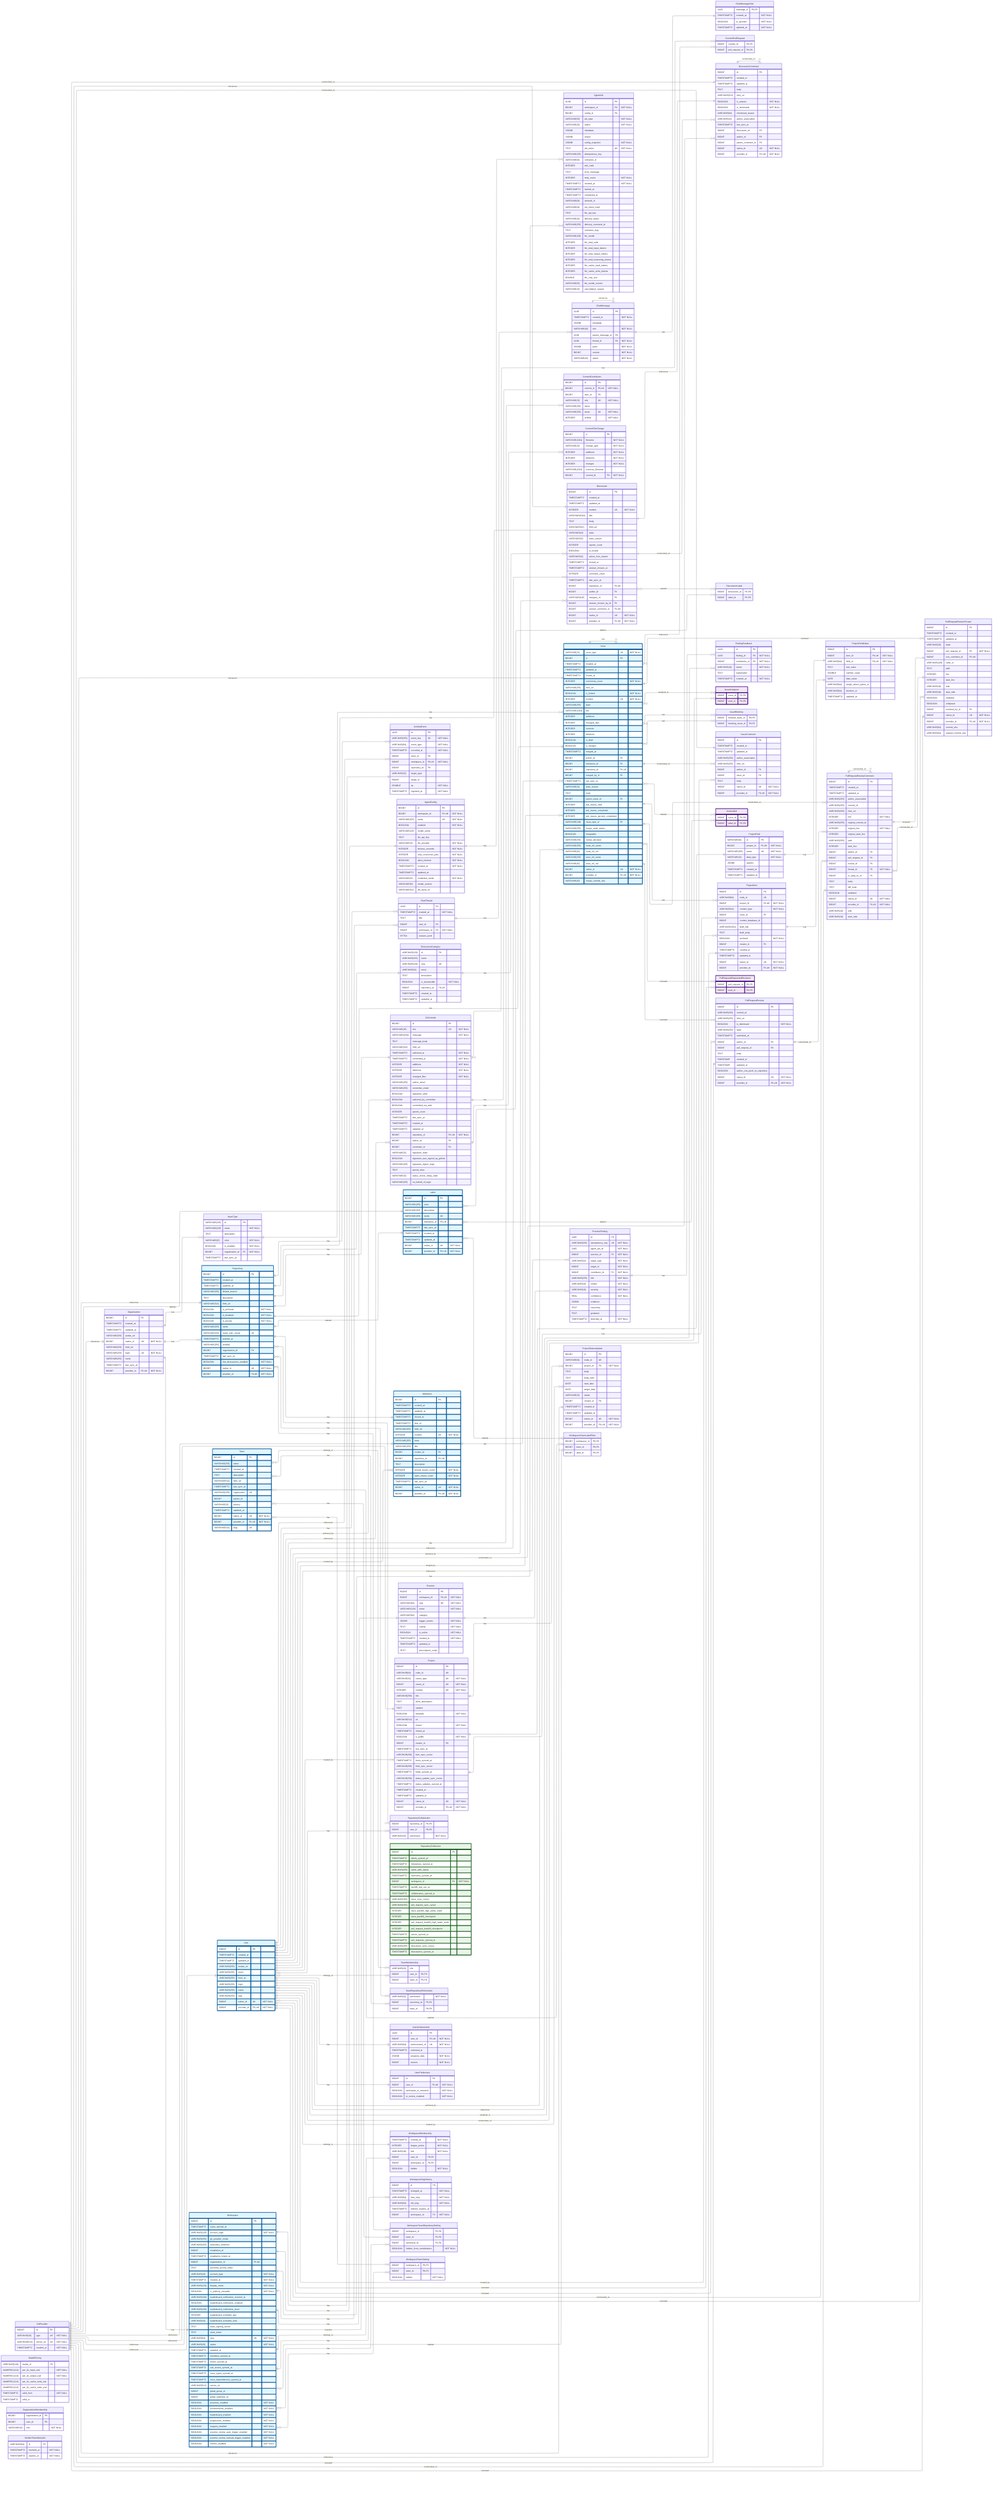
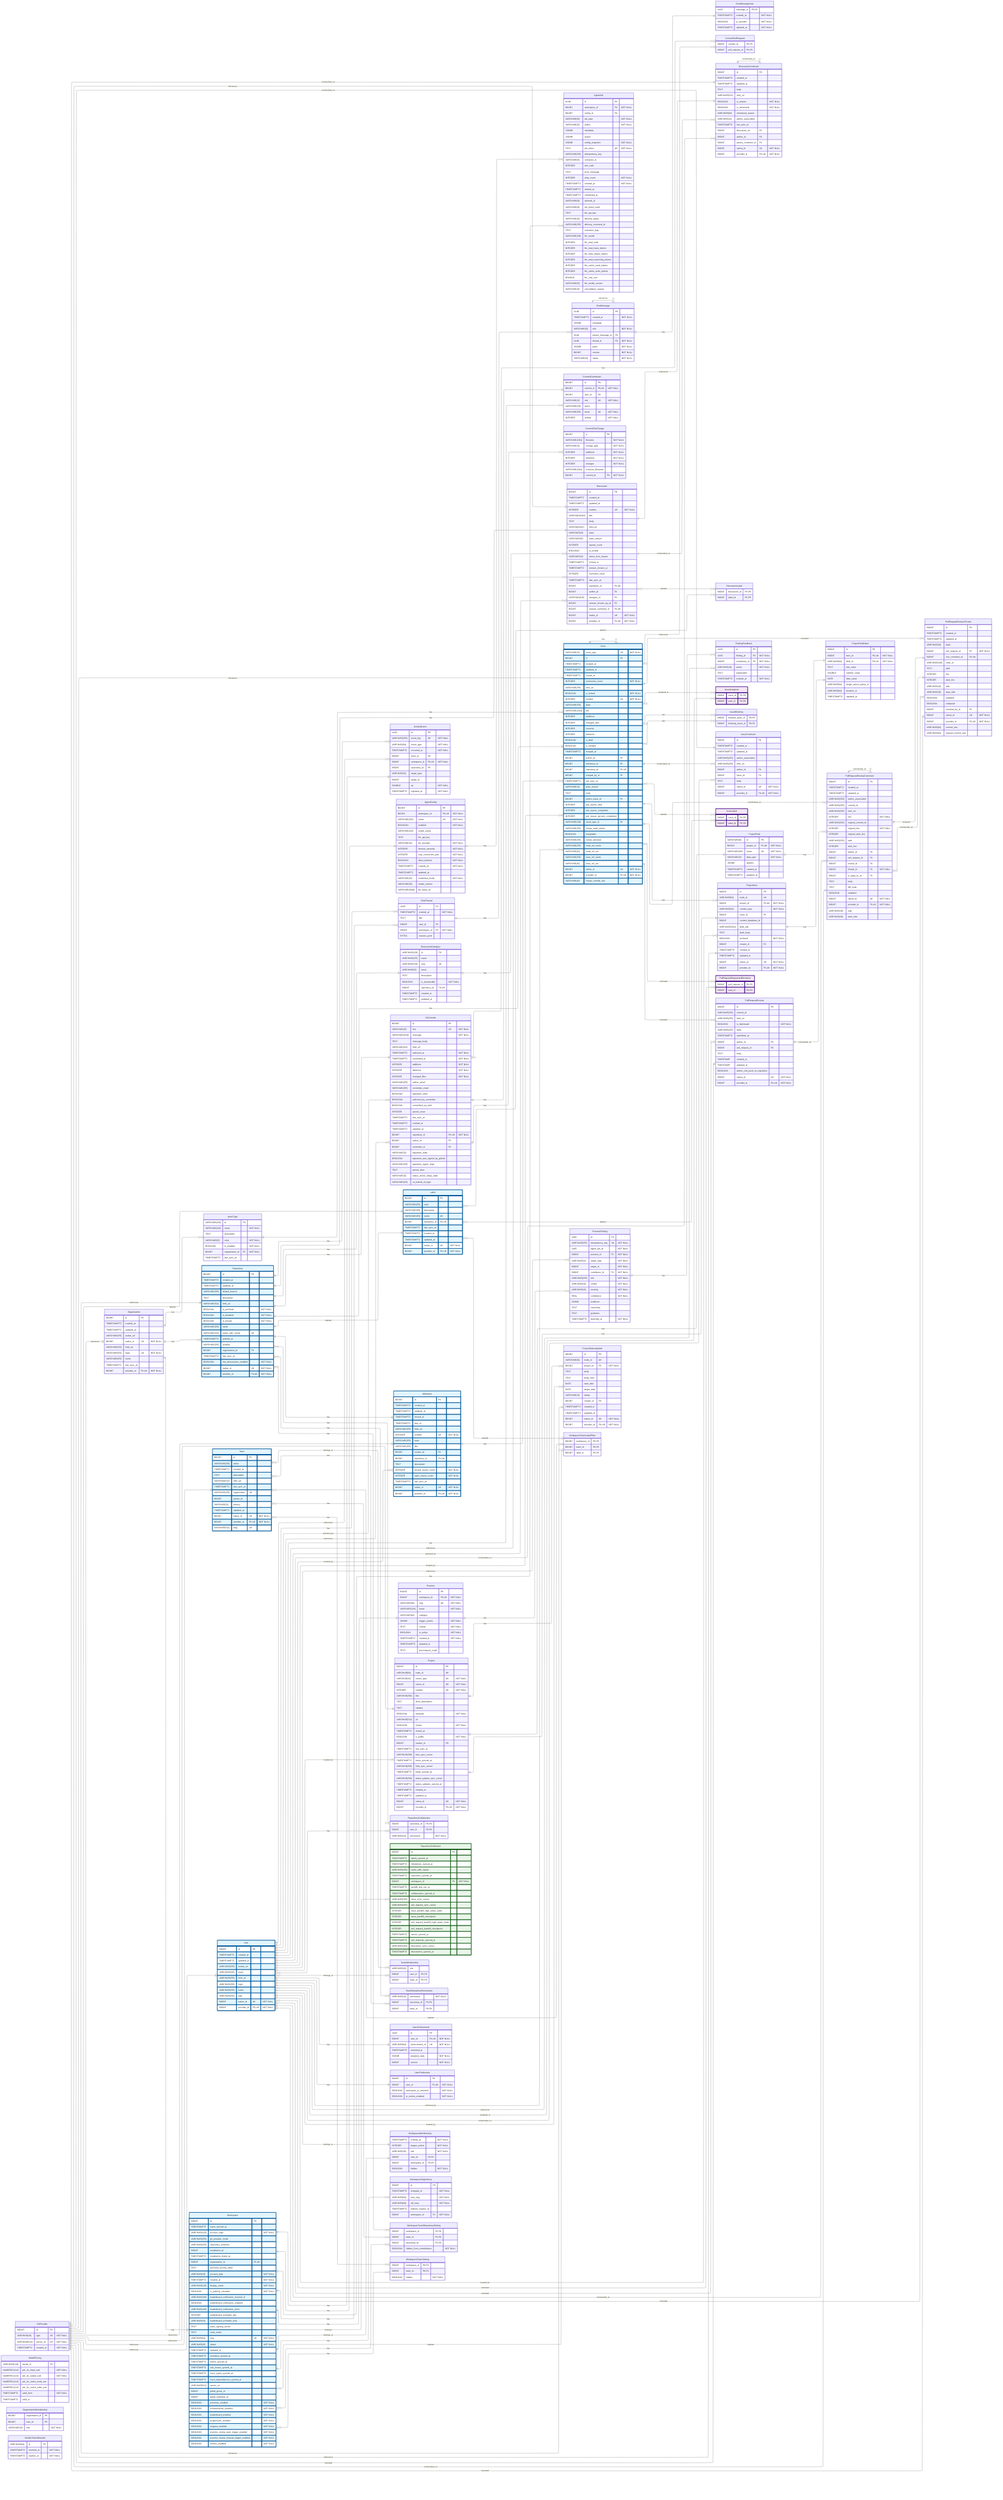
---
config:
    layout: elk
---
erDiagram
    %% Generated automatically from PostgreSQL database schema
    %% using scripts/generate-mermaid-erd.ts
    %% To regenerate: pnpm run db:generate-erd-docs

    direction LR

    ActivityEvent {
        UUID id PK
        VARCHAR(255) event_key UK "NOT NULL"
        VARCHAR(64) event_type "NOT NULL"
        TIMESTAMPTZ occurred_at "NOT NULL"
        BIGINT actor_id FK
        BIGINT workspace_id FK,UK "NOT NULL"
        BIGINT repository_id FK
        VARCHAR(32) target_type
        BIGINT target_id
        DOUBLE xp "NOT NULL"
        TIMESTAMPTZ ingested_at "NOT NULL"
    }

    AgentConfig {
        BIGINT id PK
        BIGINT workspace_id FK,UK "NOT NULL"
        VARCHAR(100) name UK "NOT NULL"
        BOOLEAN enabled "NOT NULL"
        VARCHAR(128) model_name
        TEXT llm_api_key
        VARCHAR(32) llm_provider "NOT NULL"
        INTEGER timeout_seconds "NOT NULL"
        INTEGER max_concurrent_jobs "NOT NULL"
        BOOLEAN allow_internet "NOT NULL"
        TIMESTAMPTZ created_at "NOT NULL"
        TIMESTAMPTZ updated_at
        VARCHAR(16) credential_mode "NOT NULL"
        VARCHAR(50) model_version
-         VARCHAR(512) llm_base_url
+         VARCHAR(2048) llm_base_url
    }

    AgentJob {
        UUID id PK
        BIGINT workspace_id FK "NOT NULL"
        BIGINT config_id FK
        VARCHAR(50) job_type "NOT NULL"
        VARCHAR(20) status "NOT NULL"
        JSONB metadata
        JSONB output
        JSONB config_snapshot "NOT NULL"
        TEXT job_token UK "NOT NULL"
        VARCHAR(255) idempotency_key
        VARCHAR(64) container_id
        INTEGER exit_code
        TEXT error_message
        INTEGER retry_count "NOT NULL"
        TIMESTAMPTZ created_at "NOT NULL"
        TIMESTAMPTZ started_at
        TIMESTAMPTZ completed_at
        VARCHAR(64) network_id
        VARCHAR(64) job_token_hash
        TEXT llm_api_key
        VARCHAR(20) delivery_status
        VARCHAR(255) delivery_comment_id
        TEXT container_logs
        VARCHAR(100) llm_model
        INTEGER llm_total_calls
        INTEGER llm_total_input_tokens
        INTEGER llm_total_output_tokens
        INTEGER llm_total_reasoning_tokens
        INTEGER llm_cache_read_tokens
        INTEGER llm_cache_write_tokens
        DOUBLE llm_cost_usd
        VARCHAR(50) llm_model_version
        VARCHAR(32) cancellation_reason
    }

    ChatMessage {
        UUID id PK
        TIMESTAMPTZ created_at "NOT NULL"
        JSONB metadata
        VARCHAR(16) role "NOT NULL"
        UUID parent_message_id FK
        UUID thread_id FK "NOT NULL"
        JSONB parts "NOT NULL"
        BIGINT version "NOT NULL"
        VARCHAR(16) status "NOT NULL"
    }

    ChatMessageVote {
        UUID message_id PK,FK
        TIMESTAMPTZ created_at "NOT NULL"
        BOOLEAN is_upvoted "NOT NULL"
        TIMESTAMPTZ updated_at "NOT NULL"
    }

    ChatThread {
        UUID id PK
        TIMESTAMPTZ created_at "NOT NULL"
        TEXT title
        BIGINT user_id FK
        BIGINT workspace_id FK "NOT NULL"
        BYTEA session_jsonl
    }

    CommitContributor {
        BIGINT id PK
        BIGINT commit_id FK,UK "NOT NULL"
        BIGINT user_id FK
        VARCHAR(32) role UK "NOT NULL"
        VARCHAR(255) name
        VARCHAR(255) email UK "NOT NULL"
        INTEGER ordinal "NOT NULL"
    }

    CommitFileChange {
        BIGINT id PK
        VARCHAR(1024) filename "NOT NULL"
        VARCHAR(32) change_type "NOT NULL"
        INTEGER additions "NOT NULL"
        INTEGER deletions "NOT NULL"
        INTEGER changes "NOT NULL"
        VARCHAR(1024) previous_filename
        BIGINT commit_id FK "NOT NULL"
    }

    CommitPullRequest {
        BIGINT commit_id PK,FK
        BIGINT pull_request_id PK,FK
    }

    Discussion {
        BIGINT id PK
        TIMESTAMPTZ created_at
        TIMESTAMPTZ updated_at
        INTEGER number UK "NOT NULL"
        VARCHAR(1024) title
        TEXT body
        VARCHAR(512) html_url
        VARCHAR(16) state
        VARCHAR(32) state_reason
        INTEGER upvote_count
        BOOLEAN is_locked
        VARCHAR(32) active_lock_reason
        TIMESTAMPTZ closed_at
        TIMESTAMPTZ answer_chosen_at
        INTEGER comment_count
        TIMESTAMPTZ last_sync_at
        BIGINT repository_id FK,UK
        BIGINT author_id FK
        VARCHAR(128) category_id FK
        BIGINT answer_chosen_by_id FK
        BIGINT answer_comment_id FK,UK
        BIGINT native_id UK "NOT NULL"
        BIGINT provider_id FK,UK "NOT NULL"
    }

    DiscussionCategory {
        VARCHAR(128) id PK
        VARCHAR(255) name
        VARCHAR(128) slug UK
        VARCHAR(32) emoji
        TEXT description
        BOOLEAN is_answerable "NOT NULL"
        BIGINT repository_id FK,UK
        TIMESTAMPTZ created_at
        TIMESTAMPTZ updated_at
    }

    DiscussionComment {
        BIGINT id PK
        TIMESTAMPTZ created_at
        TIMESTAMPTZ updated_at
        TEXT body
        VARCHAR(512) html_url
        BOOLEAN is_answer "NOT NULL"
        BOOLEAN is_minimized "NOT NULL"
        VARCHAR(64) minimized_reason
        VARCHAR(32) author_association
        TIMESTAMPTZ last_sync_at
        BIGINT discussion_id FK
        BIGINT author_id FK
        BIGINT parent_comment_id FK
        BIGINT native_id UK "NOT NULL"
        BIGINT provider_id FK,UK "NOT NULL"
    }

    DiscussionLabel {
        BIGINT discussion_id PK,FK
        BIGINT label_id PK,FK
    }

    FindingFeedback {
        UUID id PK
        UUID finding_id FK "NOT NULL"
        BIGINT contributor_id FK "NOT NULL"
        VARCHAR(16) action "NOT NULL"
        TEXT explanation
        TIMESTAMPTZ created_at "NOT NULL"
    }

    GitCommit {
        BIGINT id PK
        VARCHAR(40) sha UK "NOT NULL"
        VARCHAR(1024) message "NOT NULL"
        TEXT message_body
        VARCHAR(512) html_url
        TIMESTAMPTZ authored_at "NOT NULL"
        TIMESTAMPTZ committed_at "NOT NULL"
        INTEGER additions "NOT NULL"
        INTEGER deletions "NOT NULL"
        INTEGER changed_files "NOT NULL"
        VARCHAR(255) author_email
        VARCHAR(255) committer_email
        BOOLEAN signature_valid
        BOOLEAN authored_by_committer
        BOOLEAN committed_via_web
        INTEGER parent_count
        TIMESTAMPTZ last_sync_at
        TIMESTAMPTZ created_at
        TIMESTAMPTZ updated_at
        BIGINT repository_id FK,UK "NOT NULL"
        BIGINT author_id FK
        BIGINT committer_id FK
        VARCHAR(32) signature_state
        BOOLEAN signature_was_signed_by_github
        VARCHAR(255) signature_signer_login
        TEXT parent_shas
        VARCHAR(32) status_check_rollup_state
        VARCHAR(255) on_behalf_of_login
    }

    GitProvider {
        BIGINT id PK
        VARCHAR(10) type UK "NOT NULL"
        VARCHAR(512) server_url UK "NOT NULL"
        TIMESTAMPTZ created_at "NOT NULL"
    }

    Issue {
        VARCHAR(31) issue_type UK "NOT NULL"
        BIGINT id PK
        TIMESTAMPTZ created_at
        TIMESTAMPTZ updated_at
        TIMESTAMPTZ closed_at
        INTEGER comments_count "NOT NULL"
        VARCHAR(255) html_url
        BOOLEAN is_locked "NOT NULL"
        INTEGER number UK "NOT NULL"
        VARCHAR(255) state
        VARCHAR(1024) title
        INTEGER additions
        INTEGER changed_files
        INTEGER commits
        INTEGER deletions
        BOOLEAN is_draft
        BOOLEAN is_merged
        TIMESTAMPTZ merged_at
        BIGINT author_id FK
        BIGINT milestone_id FK
        BIGINT repository_id FK,UK
        BIGINT merged_by_id FK
        TIMESTAMPTZ last_sync_at
        VARCHAR(32) state_reason
        TEXT body
        BIGINT parent_issue_id FK
        INTEGER sub_issues_total
        INTEGER sub_issues_completed
        INTEGER sub_issues_percent_completed
        VARCHAR(128) issue_type_id FK
        VARCHAR(255) merge_state_status
        BOOLEAN mergeable
        VARCHAR(255) review_decision
        VARCHAR(255) head_ref_name
        VARCHAR(40) head_ref_oid
        VARCHAR(255) base_ref_name
        VARCHAR(40) base_ref_oid
        BIGINT native_id UK "NOT NULL"
        BIGINT provider_id FK,UK "NOT NULL"
        VARCHAR(40) merge_commit_sha
    }

    IssueAssignee {
        BIGINT issue_id PK,FK
        BIGINT user_id PK,FK
    }

    IssueBlocking {
        BIGINT blocked_issue_id PK,FK
        BIGINT blocking_issue_id PK,FK
    }

    IssueComment {
        BIGINT id PK
        TIMESTAMPTZ created_at
        TIMESTAMPTZ updated_at
        VARCHAR(255) author_association
        VARCHAR(255) html_url
        BIGINT author_id FK
        BIGINT issue_id FK
        TEXT body
        BIGINT native_id UK "NOT NULL"
        BIGINT provider_id FK,UK "NOT NULL"
    }

    IssueLabel {
        BIGINT issue_id PK,FK
        BIGINT label_id PK,FK
    }

    IssueType {
        VARCHAR(128) id PK
        VARCHAR(128) name "NOT NULL"
        TEXT description
        VARCHAR(20) color "NOT NULL"
        BOOLEAN is_enabled "NOT NULL"
        BIGINT organization_id FK "NOT NULL"
        TIMESTAMPTZ last_sync_at
    }

    Label {
        BIGINT id PK
        VARCHAR(255) color
        VARCHAR(255) description
        VARCHAR(255) name UK
        BIGINT repository_id FK,UK
        TIMESTAMPTZ last_sync_at
        TIMESTAMPTZ created_at
        TIMESTAMPTZ updated_at
        BIGINT native_id UK "NOT NULL"
        BIGINT provider_id FK,UK "NOT NULL"
    }

    Milestone {
        BIGINT id PK
        TIMESTAMPTZ created_at
        TIMESTAMPTZ updated_at
        TIMESTAMPTZ closed_at
        TIMESTAMPTZ due_on
        VARCHAR(255) html_url
        INTEGER number UK "NOT NULL"
        VARCHAR(255) state
        VARCHAR(255) title
        BIGINT creator_id FK
        BIGINT repository_id FK,UK
        TEXT description
        INTEGER closed_issues_count "NOT NULL"
        INTEGER open_issues_count "NOT NULL"
        TIMESTAMPTZ last_sync_at
        BIGINT native_id UK "NOT NULL"
        BIGINT provider_id FK,UK "NOT NULL"
    }

    ModelPricing {
        VARCHAR(128) model_id PK
        NUMERIC(12,6) per_1k_input_usd "NOT NULL"
        NUMERIC(12,6) per_1k_output_usd "NOT NULL"
        NUMERIC(12,6) per_1k_cache_read_usd
        NUMERIC(12,6) per_1k_cache_write_usd
        TIMESTAMPTZ valid_from "NOT NULL"
        TIMESTAMPTZ valid_to
    }

    Organization {
        BIGINT id PK
        TIMESTAMPTZ created_at
        TIMESTAMPTZ updated_at
        VARCHAR(255) avatar_url
        BIGINT native_id UK "NOT NULL"
        VARCHAR(255) html_url
        VARCHAR(255) login UK "NOT NULL"
        VARCHAR(255) name
        TIMESTAMPTZ last_sync_at
        BIGINT provider_id FK,UK "NOT NULL"
    }

    OrganizationMembership {
        BIGINT organization_id PK
        BIGINT user_id PK
        VARCHAR(32) role "NOT NULL"
    }

    Practice {
        BIGINT id PK
        BIGINT workspace_id FK,UK "NOT NULL"
        VARCHAR(64) slug UK "NOT NULL"
        VARCHAR(128) name "NOT NULL"
        VARCHAR(64) category
        JSONB trigger_events "NOT NULL"
        TEXT criteria "NOT NULL"
        BOOLEAN is_active "NOT NULL"
        TIMESTAMPTZ created_at "NOT NULL"
        TIMESTAMPTZ updated_at
        TEXT precompute_script
    }

    PracticeFinding {
        UUID id PK
        VARCHAR(255) idempotency_key UK "NOT NULL"
        UUID agent_job_id "NOT NULL"
        BIGINT practice_id FK "NOT NULL"
        VARCHAR(32) target_type "NOT NULL"
        BIGINT target_id "NOT NULL"
        BIGINT contributor_id FK "NOT NULL"
        VARCHAR(255) title "NOT NULL"
        VARCHAR(16) verdict "NOT NULL"
        VARCHAR(16) severity "NOT NULL"
        REAL confidence "NOT NULL"
        JSONB evidence
        TEXT reasoning
        TEXT guidance
        TIMESTAMPTZ detected_at "NOT NULL"
    }

    Project {
        BIGINT id PK
        VARCHAR(64) node_id UK
        VARCHAR(32) owner_type UK "NOT NULL"
        BIGINT owner_id UK "NOT NULL"
        INTEGER number UK "NOT NULL"
        VARCHAR(256) title
        TEXT short_description
        TEXT readme
        BOOLEAN template "NOT NULL"
        VARCHAR(512) url
        BOOLEAN closed "NOT NULL"
        TIMESTAMPTZ closed_at
        BOOLEAN is_public "NOT NULL"
        BIGINT creator_id FK
        TIMESTAMPTZ last_sync_at
        VARCHAR(256) item_sync_cursor
        TIMESTAMPTZ items_synced_at
        VARCHAR(256) field_sync_cursor
        TIMESTAMPTZ fields_synced_at
        VARCHAR(256) status_update_sync_cursor
        TIMESTAMPTZ status_updates_synced_at
        TIMESTAMPTZ created_at
        TIMESTAMPTZ updated_at
        BIGINT native_id UK "NOT NULL"
        BIGINT provider_id FK,UK "NOT NULL"
    }

    ProjectField {
        VARCHAR(64) id PK
        BIGINT project_id FK,UK "NOT NULL"
        VARCHAR(256) name UK "NOT NULL"
        VARCHAR(32) data_type "NOT NULL"
        JSONB options
        TIMESTAMPTZ created_at
        TIMESTAMPTZ updated_at
    }

    ProjectFieldValue {
        BIGINT id PK
        BIGINT item_id FK,UK "NOT NULL"
        VARCHAR(64) field_id FK,UK "NOT NULL"
        TEXT text_value
        DOUBLE number_value
        DATE date_value
        VARCHAR(64) single_select_option_id
        VARCHAR(64) iteration_id
        TIMESTAMPTZ updated_at
    }

    ProjectItem {
        BIGINT id PK
        VARCHAR(64) node_id UK
        BIGINT project_id FK,UK "NOT NULL"
        VARCHAR(32) content_type "NOT NULL"
        BIGINT issue_id FK
        BIGINT content_database_id
        VARCHAR(1024) draft_title
        TEXT draft_body
        BOOLEAN archived "NOT NULL"
        BIGINT creator_id FK
        TIMESTAMPTZ created_at
        TIMESTAMPTZ updated_at
        BIGINT native_id UK "NOT NULL"
        BIGINT provider_id FK,UK "NOT NULL"
    }

    ProjectStatusUpdate {
        BIGINT id PK
        VARCHAR(64) node_id UK
        BIGINT project_id FK "NOT NULL"
        TEXT body
        TEXT body_html
        DATE start_date
        DATE target_date
        VARCHAR(32) status
        BIGINT creator_id FK
        TIMESTAMPTZ created_at
        TIMESTAMPTZ updated_at
        BIGINT native_id UK "NOT NULL"
        BIGINT provider_id FK,UK "NOT NULL"
    }

    PullRequestRequestedReviewer {
        BIGINT pull_request_id PK,FK
        BIGINT user_id PK,FK
    }

    PullRequestReview {
        BIGINT id PK
        VARCHAR(255) commit_id
        VARCHAR(255) html_url
        BOOLEAN is_dismissed "NOT NULL"
        VARCHAR(255) state
        TIMESTAMPTZ submitted_at
        BIGINT author_id FK
        BIGINT pull_request_id FK
        TEXT body
        TIMESTAMP created_at
        TIMESTAMP updated_at
        BOOLEAN author_can_push_to_repository
        BIGINT native_id UK "NOT NULL"
        BIGINT provider_id FK,UK "NOT NULL"
    }

    PullRequestReviewComment {
        BIGINT id PK
        TIMESTAMPTZ created_at
        TIMESTAMPTZ updated_at
        VARCHAR(255) author_association
        VARCHAR(255) commit_id
        VARCHAR(255) html_url
        INTEGER line "NOT NULL"
        VARCHAR(255) original_commit_id
        INTEGER original_line "NOT NULL"
        INTEGER original_start_line
        VARCHAR(255) path
        INTEGER start_line
        BIGINT author_id FK
        BIGINT pull_request_id FK
        BIGINT review_id FK
        BIGINT thread_id FK "NOT NULL"
        BIGINT in_reply_to_id FK
        TEXT body
        TEXT diff_hunk
        BOOLEAN outdated
        BIGINT native_id UK "NOT NULL"
        BIGINT provider_id FK,UK "NOT NULL"
        VARCHAR(16) side
        VARCHAR(16) start_side
    }

    PullRequestReviewThread {
        BIGINT id PK
        TIMESTAMPTZ created_at
        TIMESTAMPTZ updated_at
        VARCHAR(20) state
        BIGINT pull_request_id FK "NOT NULL"
        BIGINT root_comment_id FK,UK
        VARCHAR(128) node_id
        TEXT path
        INTEGER line
        INTEGER start_line
        VARCHAR(16) side
        VARCHAR(16) start_side
        BOOLEAN outdated
        BOOLEAN collapsed
        BIGINT resolved_by_id FK
        BIGINT native_id UK "NOT NULL"
        BIGINT provider_id FK,UK "NOT NULL"
        VARCHAR(64) commit_sha
        VARCHAR(64) original_commit_sha
    }

    Repository {
        BIGINT id PK
        TIMESTAMPTZ created_at
        TIMESTAMPTZ updated_at
        VARCHAR(255) default_branch
        TEXT description
        VARCHAR(512) html_url
        BOOLEAN is_archived "NOT NULL"
        BOOLEAN is_disabled "NOT NULL"
        BOOLEAN is_private "NOT NULL"
        VARCHAR(255) name
        VARCHAR(150) name_with_owner UK
        TIMESTAMPTZ pushed_at
        VARCHAR(255) visibility
        BIGINT organization_id FK
        TIMESTAMPTZ last_sync_at
        BOOLEAN has_discussions_enabled "NOT NULL"
        BIGINT native_id UK "NOT NULL"
        BIGINT provider_id FK,UK "NOT NULL"
    }

    RepositoryCollaborator {
        BIGINT repository_id PK,FK
        BIGINT user_id PK,FK
        VARCHAR(32) permission "NOT NULL"
    }

    RepositoryToMonitor {
        BIGINT id PK
        TIMESTAMPTZ labels_synced_at
        TIMESTAMPTZ milestones_synced_at
        VARCHAR(255) name_with_owner
        TIMESTAMPTZ repository_synced_at
        BIGINT workspace_id FK "NOT NULL"
        TIMESTAMPTZ backfill_last_run_at
        TIMESTAMPTZ collaborators_synced_at
        VARCHAR(255) issue_sync_cursor
        VARCHAR(255) pull_request_sync_cursor
        INTEGER issue_backfill_high_water_mark
        INTEGER issue_backfill_checkpoint
        INTEGER pull_request_backfill_high_water_mark
        INTEGER pull_request_backfill_checkpoint
        TIMESTAMPTZ issues_synced_at
        TIMESTAMPTZ pull_requests_synced_at
        VARCHAR(255) discussion_sync_cursor
        TIMESTAMPTZ discussions_synced_at
    }

    Team {
        BIGINT id PK
        VARCHAR(255) name
        TIMESTAMPTZ created_at
        TEXT description
        VARCHAR(512) html_url
        TIMESTAMPTZ last_sync_at
        VARCHAR(255) organization UK
        BIGINT parent_id
        VARCHAR(32) privacy
        TIMESTAMPTZ updated_at
        BIGINT native_id UK "NOT NULL"
        BIGINT provider_id FK,UK "NOT NULL"
        VARCHAR(512) slug UK
    }

    TeamMembership {
        VARCHAR(32) role
        BIGINT user_id PK,FK
        BIGINT team_id PK,FK
    }

    TeamRepositoryPermission {
        VARCHAR(32) permission "NOT NULL"
        BIGINT repository_id PK,FK
        BIGINT team_id PK,FK
    }

    User {
        BIGINT id PK
        TIMESTAMPTZ created_at
        TIMESTAMPTZ updated_at
        VARCHAR(255) avatar_url
        VARCHAR(255) email
        VARCHAR(255) html_url
        VARCHAR(255) login
        VARCHAR(255) name
        VARCHAR(255) type
        BIGINT native_id UK "NOT NULL"
        BIGINT provider_id FK,UK "NOT NULL"
    }

    UserAchievement {
        UUID id PK
        BIGINT user_id FK,UK "NOT NULL"
        VARCHAR(64) achievement_id UK "NOT NULL"
        TIMESTAMPTZ unlocked_at
        JSONB progress_data "NOT NULL"
        BIGINT version "NOT NULL"
    }

    UserPreference {
        BIGINT id PK
        BIGINT user_id FK,UK "NOT NULL"
        BOOLEAN participate_in_research "NOT NULL"
        BOOLEAN ai_review_enabled "NOT NULL"
    }

    WorkerTokenDenylist {
        VARCHAR(64) jti PK
        TIMESTAMPTZ revoked_at "NOT NULL"
        TIMESTAMPTZ expires_at "NOT NULL"
    }

    Workspace {
        BIGINT id PK
        TIMESTAMPTZ users_synced_at
        VARCHAR(120) account_login "NOT NULL"
        VARCHAR(255) git_provider_mode
        VARCHAR(255) repository_selection
        BIGINT installation_id
        TIMESTAMPTZ installation_linked_at
        BIGINT organization_id FK,UK
        TEXT personal_access_token
        VARCHAR(10) account_type "NOT NULL"
        TIMESTAMPTZ created_at "NOT NULL"
        VARCHAR(120) display_name "NOT NULL"
        BOOLEAN is_publicly_viewable "NOT NULL"
        VARCHAR(100) leaderboard_notification_channel_id
        BOOLEAN leaderboard_notification_enabled
        VARCHAR(100) leaderboard_notification_team
        INTEGER leaderboard_schedule_day
        VARCHAR(10) leaderboard_schedule_time
        TEXT slack_signing_secret
        TEXT slack_token
        VARCHAR(64) slug UK "NOT NULL"
        VARCHAR(20) status "NOT NULL"
        TIMESTAMPTZ updated_at
        TIMESTAMPTZ members_synced_at
        TIMESTAMPTZ teams_synced_at
        TIMESTAMPTZ sub_issues_synced_at
        TIMESTAMPTZ issue_types_synced_at
        TIMESTAMPTZ issue_dependencies_synced_at
        VARCHAR(512) server_url
        BIGINT gitlab_group_id
        BIGINT gitlab_webhook_id
        BOOLEAN practices_enabled "NOT NULL"
        BOOLEAN achievements_enabled "NOT NULL"
        BOOLEAN leaderboard_enabled "NOT NULL"
        BOOLEAN progression_enabled "NOT NULL"
        BOOLEAN leagues_enabled "NOT NULL"
        BOOLEAN practice_review_auto_trigger_enabled "NOT NULL"
        BOOLEAN practice_review_manual_trigger_enabled "NOT NULL"
        BOOLEAN mentor_enabled "NOT NULL"
    }

    WorkspaceMembership {
        TIMESTAMPTZ created_at "NOT NULL"
        INTEGER league_points "NOT NULL"
        VARCHAR(16) role "NOT NULL"
        BIGINT user_id PK,FK
        BIGINT workspace_id PK,FK
        BOOLEAN hidden "NOT NULL"
    }

    WorkspaceSlugHistory {
        BIGINT id PK
        TIMESTAMPTZ changed_at "NOT NULL"
        VARCHAR(64) new_slug "NOT NULL"
        VARCHAR(64) old_slug "NOT NULL"
        TIMESTAMPTZ redirect_expires_at
        BIGINT workspace_id FK "NOT NULL"
    }

    WorkspaceTeamLabelFilter {
        BIGINT workspace_id PK,FK
        BIGINT team_id PK,FK
        BIGINT label_id PK,FK
    }

    WorkspaceTeamRepositorySetting {
        BIGINT workspace_id PK,FK
        BIGINT team_id PK,FK
        BIGINT repository_id PK,FK
        BOOLEAN hidden_from_contributions "NOT NULL"
    }

    WorkspaceTeamSetting {
        BIGINT workspace_id PK,FK
        BIGINT team_id PK,FK
        BOOLEAN hidden "NOT NULL"
    }

    %% Relationships
    %% One-to-One relationships
    Workspace ||--|| ActivityEvent : has
    Workspace ||--|| AgentConfig : has
    ChatMessage ||--|| ChatMessageVote : has
    GitCommit ||--|| CommitContributor : has
    DiscussionComment ||--|| Discussion : references
    GitProvider ||--|| Discussion : references
    Repository ||--|| Discussion : has
    Repository ||--|| DiscussionCategory : has
    GitProvider ||--|| DiscussionComment : commented_on
    Repository ||--|| GitCommit : has
    GitProvider ||--|| Issue : references
    Repository ||--|| Issue : has
    GitProvider ||--|| IssueComment : commented_on
    GitProvider ||--|| Label : labeled
    Repository ||--|| Label : labeled
    GitProvider ||--|| Milestone : references
    Repository ||--|| Milestone : has
    GitProvider ||--|| Organization : references
    Workspace ||--|| Practice : has
    GitProvider ||--|| Project : references
    Project ||--|| ProjectField : has
    ProjectField ||--|| ProjectFieldValue : has
    ProjectItem ||--|| ProjectFieldValue : has
    Project ||--|| ProjectItem : has
    GitProvider ||--|| ProjectItem : references
    GitProvider ||--|| ProjectStatusUpdate : references
    GitProvider ||--|| PullRequestReview : reviewed
    GitProvider ||--|| PullRequestReviewComment : commented_on
    GitProvider ||--|| PullRequestReviewThread : reviewed
    PullRequestReviewComment ||--|| PullRequestReviewThread : reviewed
    GitProvider ||--|| Repository : references
    GitProvider ||--|| Team : references
    GitProvider ||--|| User : references
    User ||--|| UserAchievement : has
    User ||--|| UserPreference : has
    Organization ||--|| Workspace : has
    User ||--|| WorkspaceMembership : belongs_to
    Workspace ||--|| WorkspaceMembership : belongs_to

    %% One-to-Many relationships
    User ||--o{ ActivityEvent : references
    Repository ||--o{ ActivityEvent : has
    AgentConfig ||--o{ AgentJob : has
    Workspace ||--o{ AgentJob : has
    ChatMessage ||--o{ ChatMessage : references
    ChatThread ||--o{ ChatMessage : has
    User ||--o{ ChatThread : has
    Workspace ||--o{ ChatThread : has
    User ||--o{ CommitContributor : has
    GitCommit ||--o{ CommitFileChange : has
    User ||--o{ Discussion : references
    User ||--o{ Discussion : authored_by
    DiscussionCategory ||--o{ Discussion : has
    User ||--o{ DiscussionComment : commented_on
    Discussion ||--o{ DiscussionComment : commented_on
    DiscussionComment ||--o{ DiscussionComment : commented_on
    User ||--o{ FindingFeedback : references
    PracticeFinding ||--o{ FindingFeedback : has
    User ||--o{ GitCommit : authored_by
    User ||--o{ GitCommit : references
    User ||--o{ Issue : authored_by
    IssueType ||--o{ Issue : has
    User ||--o{ Issue : merged_by
    Milestone ||--o{ Issue : has
    Issue ||--o{ Issue : has
    User ||--o{ IssueComment : commented_on
    Issue ||--o{ IssueComment : commented_on
    Organization ||--o{ IssueType : has
    User ||--o{ Milestone : created_by
    User ||--o{ PracticeFinding : references
    Practice ||--o{ PracticeFinding : has
    User ||--o{ Project : created_by
    User ||--o{ ProjectItem : created_by
    Issue ||--o{ ProjectItem : has
    User ||--o{ ProjectStatusUpdate : created_by
    Project ||--o{ ProjectStatusUpdate : has
    User ||--o{ PullRequestReview : reviewed
    Issue ||--o{ PullRequestReview : reviewed
    User ||--o{ PullRequestReviewComment : commented_on
    PullRequestReviewComment ||--o{ PullRequestReviewComment : commented_on
    Issue ||--o{ PullRequestReviewComment : commented_on
    PullRequestReview ||--o{ PullRequestReviewComment : commented_on
    PullRequestReviewThread ||--o{ PullRequestReviewComment : commented_on
    Issue ||--o{ PullRequestReviewThread : reviewed
    User ||--o{ PullRequestReviewThread : reviewed
    Organization ||--o{ Repository : has
    Workspace ||--o{ RepositoryToMonitor : monitors
    Workspace ||--o{ WorkspaceSlugHistory : has

    %% Many-to-Many relationships
    GitCommit }o--o{ CommitPullRequest : has
    Issue }o--o{ CommitPullRequest : references
    Discussion }o--o{ DiscussionLabel : labeled
    Label }o--o{ DiscussionLabel : labeled
    Issue }o--o{ IssueAssignee : assigned_to
    User }o--o{ IssueAssignee : assigned_to
    Issue }o--o{ IssueBlocking : has
    Issue }o--o{ IssueBlocking : has
    Issue }o--o{ IssueLabel : labeled
    Label }o--o{ IssueLabel : labeled
    Issue }o--o{ PullRequestRequestedReviewer : reviewed
    User }o--o{ PullRequestRequestedReviewer : reviewed
    Repository }o--o{ RepositoryCollaborator : has
    User }o--o{ RepositoryCollaborator : has
    Team }o--o{ TeamMembership : belongs_to
    User }o--o{ TeamMembership : belongs_to
    Repository }o--o{ TeamRepositoryPermission : has
    Team }o--o{ TeamRepositoryPermission : has
    Label }o--o{ WorkspaceTeamLabelFilter : labeled
    Team }o--o{ WorkspaceTeamLabelFilter : labeled
    Workspace }o--o{ WorkspaceTeamLabelFilter : labeled
    Repository }o--o{ WorkspaceTeamRepositorySetting : has
    Team }o--o{ WorkspaceTeamRepositorySetting : has
    Workspace }o--o{ WorkspaceTeamRepositorySetting : has
    Team }o--o{ WorkspaceTeamSetting : has
    Workspace }o--o{ WorkspaceTeamSetting : has

    %% Styling
    classDef primaryEntity fill:#e1f5fe,stroke:#01579b,stroke-width:2px
    classDef associationEntity fill:#f3e5f5,stroke:#4a148c,stroke-width:2px
    classDef metadataEntity fill:#e8f5e8,stroke:#1b5e20,stroke-width:2px

    class Issue primaryEntity
    class IssueAssignee associationEntity
    class IssueLabel associationEntity
    class Label primaryEntity
    class Milestone primaryEntity
    class PullRequestRequestedReviewer associationEntity
    class Repository primaryEntity
    class RepositoryToMonitor metadataEntity
    class Team primaryEntity
    class User primaryEntity
    class Workspace primaryEntity
